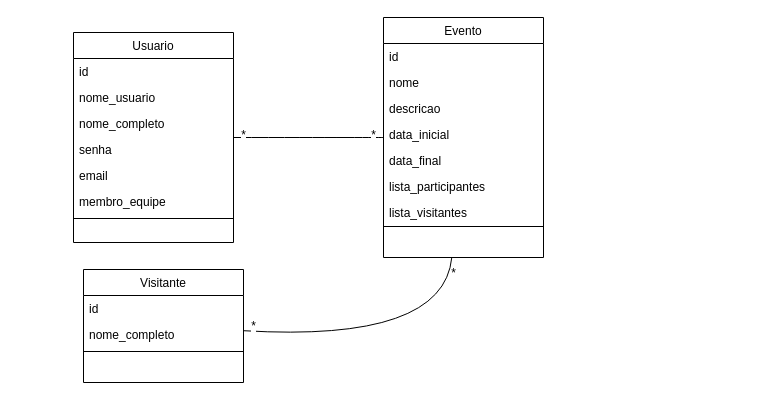
Above: artefatos/srp_diagrama_classe.drawio in EricSantosdm/Sistema-de-Registro-de-Presenca-SRP (draw.io), before the change. Source tidied: cells renumbered, new cells numbered last; positions are measured from the earlier drawing's top-left corner, leaving out a move shared by most shapes. Both pictures are drawn from the tidied source at 100%, with x=0, y=0 at pixel (73, 17).
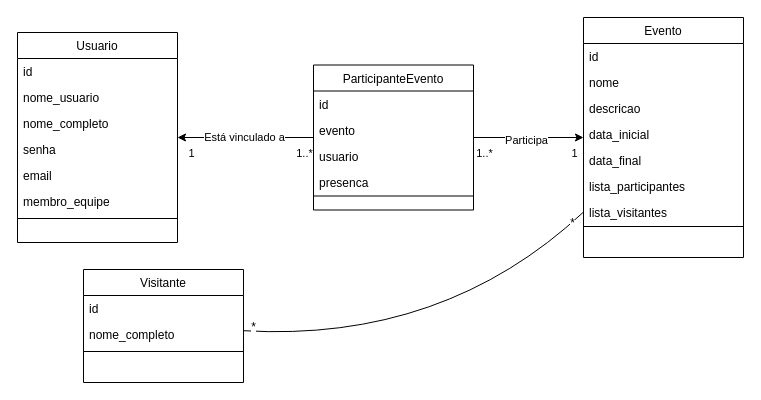
After the change.

Commit message:
feat: Adicionando ParticipanteEvento

Unchanged cells that the change refers to:
```xml
<mxCell id="5" style="edgeStyle=none;curved=1;rounded=0;jettySize=auto;html=1;fontSize=12;startSize=8;endSize=8;endArrow=none;endFill=0;" parent="1" edge="1" source="8" target="25">
  <mxGeometry relative="1" as="geometry">
    <Array as="points">
      <mxPoint x="370" y="325" />
    </Array>
  </mxGeometry>
</mxCell>
```

The edit, as a diff of the source:
```diff
@@
-    <mxCell id="2" style="edgeStyle=none;curved=1;rounded=0;jettySize=auto;html=1;fontSize=12;endArrow=none;endFill=0;" parent="1" edge="1" source="8" target="17">
-      <mxGeometry relative="1" as="geometry" />
-    </mxCell>
-    <mxCell id="3" value="*" style="edgeLabel;html=1;align=center;verticalAlign=middle;fontSize=12;" parent="2" vertex="1">
-      <mxGeometry x="-0.42" y="-1" relative="1" as="geometry">
-        <mxPoint x="-97" y="-2" as="offset" />
-      </mxGeometry>
-    </mxCell>
-    <mxCell id="4" value="*" style="edgeLabel;html=1;align=center;verticalAlign=middle;fontSize=12;" parent="2" vertex="1">
-      <mxGeometry y="-3" relative="1" as="geometry">
-        <mxPoint x="64" as="offset" />
-      </mxGeometry>
-    </mxCell>
@@
     <mxCell id="6" value="*" style="edgeLabel;html=1;align=center;verticalAlign=middle;fontSize=12;" parent="5" vertex="1">
       <mxGeometry x="0.53" y="-5" relative="1" as="geometry">
-        <mxPoint x="-57" y="-4" as="offset" />
+        <mxPoint x="-82" y="-4" as="offset" />
       </mxGeometry>
     </mxCell>
@@
     <mxCell id="8" value="Evento" style="swimlane;fontStyle=0;align=center;verticalAlign=top;horizontal=1;startSize=26;rounded=0;shadow=0;strokeWidth=1;" parent="1" vertex="1">
-      <mxGeometry x="310" width="160" height="240" as="geometry" />
+      <mxGeometry x="510" width="160" height="240" as="geometry" />
     </mxCell>
@@
     <mxCell id="17" value="Usuario" style="swimlane;fontStyle=0;align=center;verticalAlign=top;horizontal=1;startSize=26;rounded=0;shadow=0;strokeWidth=1;" parent="1" vertex="1">
-      <mxGeometry y="15" width="160" height="210" as="geometry" />
+      <mxGeometry x="-56" y="15" width="160" height="210" as="geometry" />
     </mxCell>
@@
+    <mxCell id="29" style="edgeStyle=none;html=1;" parent="1" edge="1" source="37" target="8">
+      <mxGeometry relative="1" as="geometry" />
+    </mxCell>
+    <mxCell id="30" value="1" style="edgeLabel;html=1;align=center;verticalAlign=middle;" parent="29" vertex="1">
+      <mxGeometry x="0.3" y="1" relative="1" as="geometry">
+        <mxPoint x="28" y="16" as="offset" />
+      </mxGeometry>
+    </mxCell>
+    <mxCell id="31" value="1..*" style="edgeLabel;html=1;align=center;verticalAlign=middle;" parent="29" vertex="1">
+      <mxGeometry x="0.15" y="2" relative="1" as="geometry">
+        <mxPoint x="-53" y="17" as="offset" />
+      </mxGeometry>
+    </mxCell>
+    <mxCell id="32" value="Participa" style="edgeLabel;html=1;align=center;verticalAlign=middle;" parent="29" vertex="1">
+      <mxGeometry x="-0.22" y="-2" relative="1" as="geometry">
+        <mxPoint x="9" as="offset" />
+      </mxGeometry>
+    </mxCell>
+    <mxCell id="33" style="edgeStyle=none;html=1;" parent="1" edge="1" source="37" target="17">
+      <mxGeometry relative="1" as="geometry" />
+    </mxCell>
+    <mxCell id="34" value="Está vinculado a" style="edgeLabel;html=1;align=center;verticalAlign=middle;" parent="33" vertex="1">
+      <mxGeometry x="0.33" y="-1" relative="1" as="geometry">
+        <mxPoint x="20" as="offset" />
+      </mxGeometry>
+    </mxCell>
+    <mxCell id="35" value="1..*" style="edgeLabel;html=1;align=center;verticalAlign=middle;" parent="33" vertex="1">
+      <mxGeometry x="-0.8" relative="1" as="geometry">
+        <mxPoint x="4" y="15" as="offset" />
+      </mxGeometry>
+    </mxCell>
+    <mxCell id="36" value="1" style="edgeLabel;html=1;align=center;verticalAlign=middle;" parent="33" vertex="1">
+      <mxGeometry x="0.81" y="2" relative="1" as="geometry">
+        <mxPoint y="13" as="offset" />
+      </mxGeometry>
+    </mxCell>
+    <mxCell id="37" value="ParticipanteEvento" style="swimlane;fontStyle=0;align=center;verticalAlign=top;horizontal=1;startSize=26;rounded=0;shadow=0;strokeWidth=1;" parent="1" vertex="1">
+      <mxGeometry x="240" y="47.5" width="160" height="145" as="geometry" />
+    </mxCell>
+    <mxCell id="38" value="id" style="text;align=left;verticalAlign=top;spacingLeft=4;spacingRight=4;overflow=hidden;" parent="37" vertex="1">
+      <mxGeometry y="26" width="160" height="26" as="geometry" />
+    </mxCell>
+    <mxCell id="39" value="evento" style="text;align=left;verticalAlign=top;spacingLeft=4;spacingRight=4;overflow=hidden;rounded=0;shadow=0;html=0;" parent="37" vertex="1">
+      <mxGeometry y="52" width="160" height="26" as="geometry" />
+    </mxCell>
+    <mxCell id="40" value="usuario" style="text;align=left;verticalAlign=top;spacingLeft=4;spacingRight=4;overflow=hidden;rounded=0;shadow=0;html=0;" parent="37" vertex="1">
+      <mxGeometry y="78" width="160" height="26" as="geometry" />
+    </mxCell>
+    <mxCell id="41" value="presenca" style="text;align=left;verticalAlign=top;spacingLeft=4;spacingRight=4;overflow=hidden;rounded=0;shadow=0;html=0;" parent="37" vertex="1">
+      <mxGeometry y="104" width="160" height="26" as="geometry" />
+    </mxCell>
+    <mxCell id="42" style="line;html=1;strokeWidth=1;align=left;verticalAlign=middle;spacingTop=-1;spacingLeft=3;spacingRight=3;labelPosition=right;" parent="37" vertex="1">
+      <mxGeometry y="130" width="160" height="2" as="geometry" />
+    </mxCell>
```
